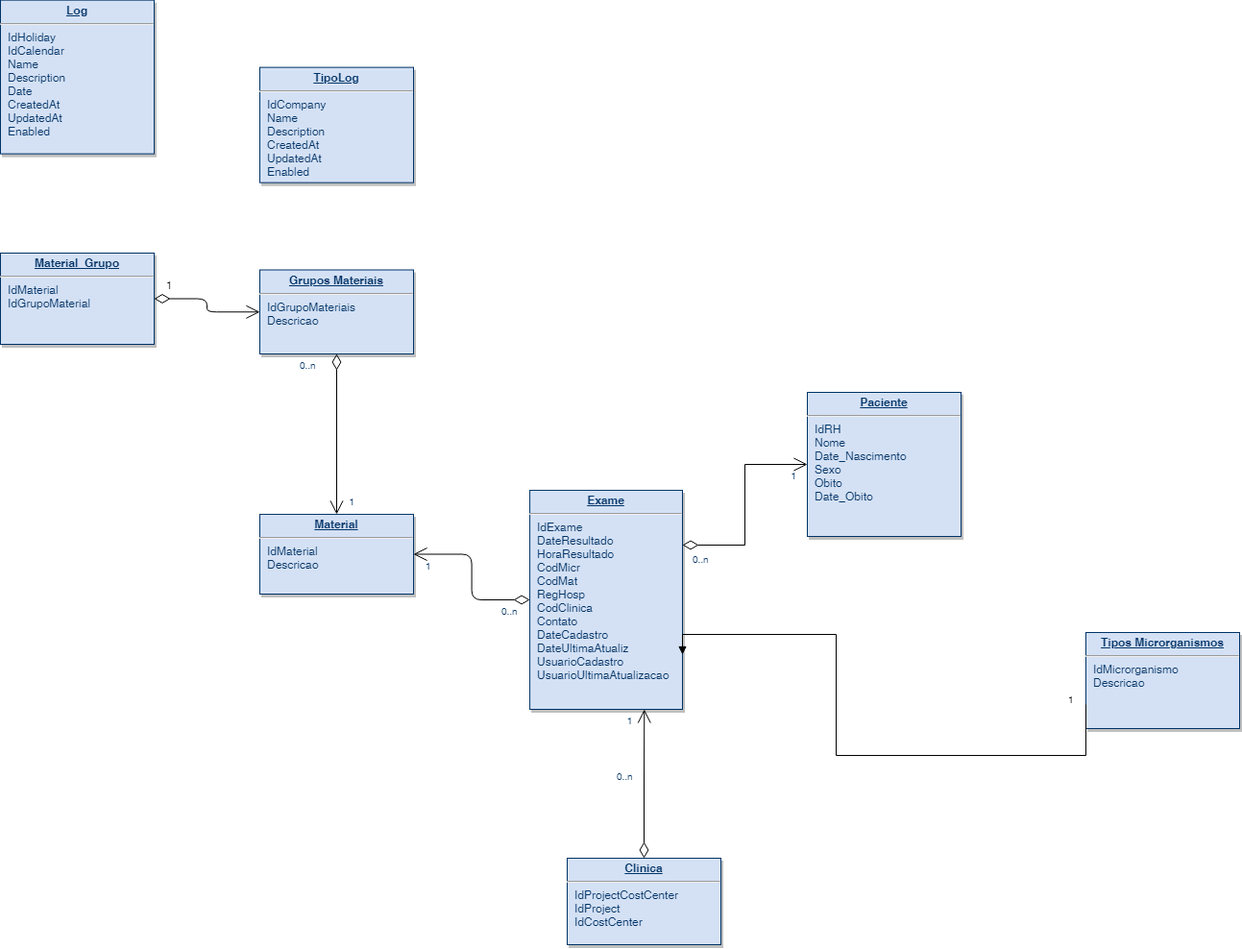
Before: DataBaseSisIsol.png, a diagram exported from draw.io (henriqlustosa/Base_Sistema_Isolamento). Source tidied: cells renumbered, new cells last; positions are measured from the earlier drawing's top-left corner, leaving out a move shared by most shapes.
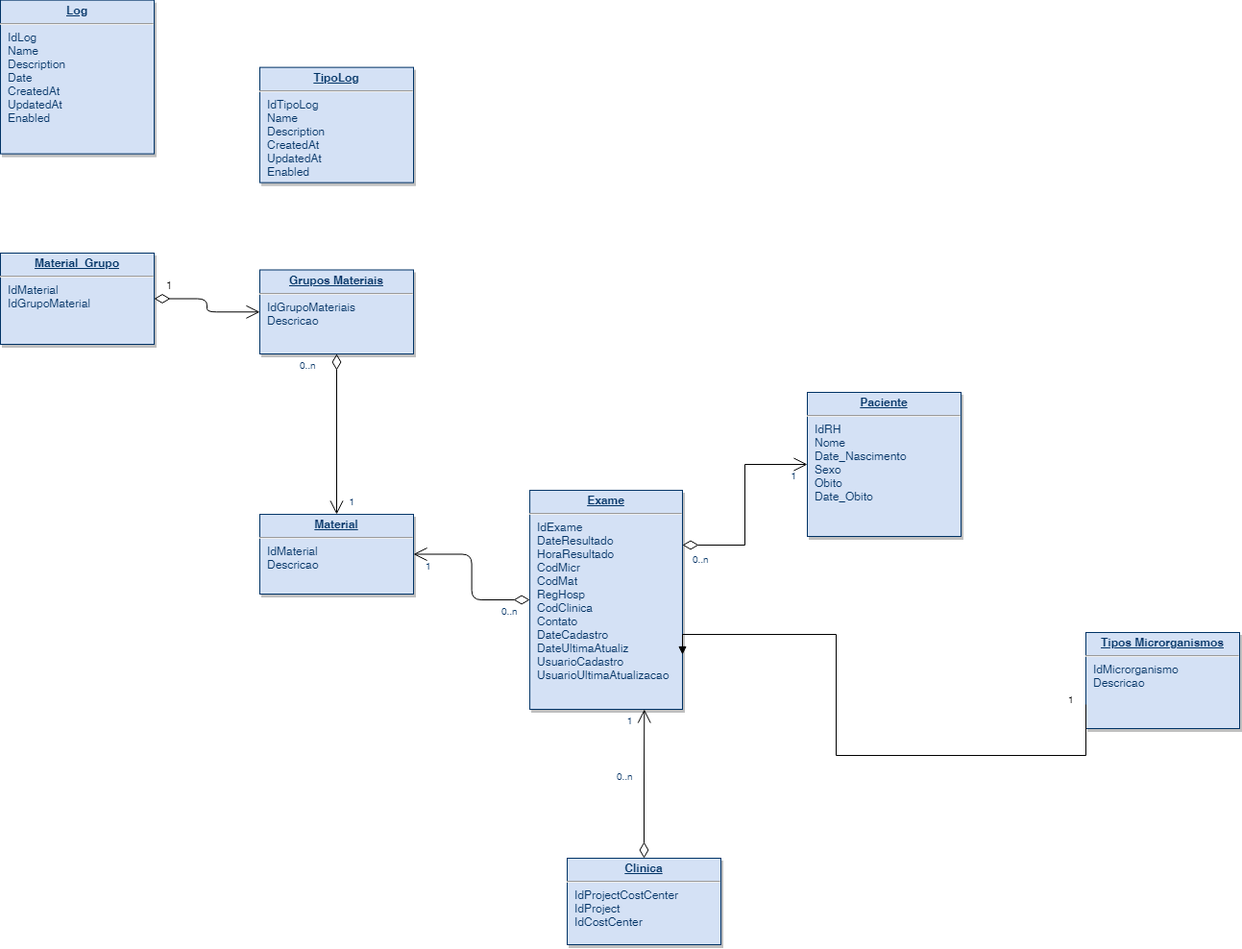
Above is the later version.

Commit message:
Atualizada a descricao das tabelas log etc

The edit, as a diff of the source:
```diff
@@ -2,7 +2,7 @@
   <root>
     <mxCell id="0" />
     <mxCell id="1" parent="0" />
-    <mxCell id="2" value="&lt;p style=&quot;margin: 0px ; margin-top: 4px ; text-align: center ; text-decoration: underline&quot;&gt;&lt;b&gt;TipoLog&lt;/b&gt;&lt;/p&gt;&lt;hr&gt;&lt;p style=&quot;margin: 0px ; margin-left: 8px&quot;&gt;IdCompany&lt;br&gt;Name&lt;/p&gt;&lt;p style=&quot;margin: 0px ; margin-left: 8px&quot;&gt;Description&lt;/p&gt;&lt;p style=&quot;margin: 0px ; margin-left: 8px&quot;&gt;CreatedAt&lt;/p&gt;&lt;p style=&quot;margin: 0px ; margin-left: 8px&quot;&gt;UpdatedAt&lt;/p&gt;&lt;p style=&quot;margin: 0px ; margin-left: 8px&quot;&gt;Enabled&lt;/p&gt;" style="verticalAlign=top;align=left;overflow=fill;fontSize=12;fontFamily=Helvetica;html=1;strokeColor=#003366;shadow=1;fillColor=#D4E1F5;fontColor=#003366;" parent="1" vertex="1">
+    <mxCell id="2" value="&lt;p style=&quot;margin: 0px ; margin-top: 4px ; text-align: center ; text-decoration: underline&quot;&gt;&lt;b&gt;TipoLog&lt;/b&gt;&lt;/p&gt;&lt;hr&gt;&lt;p style=&quot;margin: 0px ; margin-left: 8px&quot;&gt;IdTipoLog&lt;br&gt;Name&lt;/p&gt;&lt;p style=&quot;margin: 0px ; margin-left: 8px&quot;&gt;Description&lt;/p&gt;&lt;p style=&quot;margin: 0px ; margin-left: 8px&quot;&gt;CreatedAt&lt;/p&gt;&lt;p style=&quot;margin: 0px ; margin-left: 8px&quot;&gt;UpdatedAt&lt;/p&gt;&lt;p style=&quot;margin: 0px ; margin-left: 8px&quot;&gt;Enabled&lt;/p&gt;" style="verticalAlign=top;align=left;overflow=fill;fontSize=12;fontFamily=Helvetica;html=1;strokeColor=#003366;shadow=1;fillColor=#D4E1F5;fontColor=#003366;" parent="1" vertex="1">
       <mxGeometry x="270" y="69.6" width="160" height="120" as="geometry" />
     </mxCell>
     <mxCell id="3" value="&lt;p style=&quot;margin: 0px ; margin-top: 4px ; text-align: center ; text-decoration: underline&quot;&gt;&lt;b&gt;Grupos Materiais&lt;/b&gt;&lt;/p&gt;&lt;hr&gt;&lt;p style=&quot;margin: 0px ; margin-left: 8px&quot;&gt;IdGrupoMateriais&lt;/p&gt;&lt;p style=&quot;margin: 0px ; margin-left: 8px&quot;&gt;Descricao&lt;/p&gt;&lt;p style=&quot;margin: 0px ; margin-left: 8px&quot;&gt;&lt;br&gt;&lt;/p&gt;" style="verticalAlign=top;align=left;overflow=fill;fontSize=12;fontFamily=Helvetica;html=1;strokeColor=#003366;shadow=1;fillColor=#D4E1F5;fontColor=#003366;" parent="1" vertex="1">
@@ -17,7 +17,7 @@
     <mxCell id="6" value="&lt;p style=&quot;margin: 0px ; margin-top: 4px ; text-align: center ; text-decoration: underline&quot;&gt;&lt;b&gt;Material&lt;/b&gt;&lt;/p&gt;&lt;hr&gt;&lt;p style=&quot;margin: 0px ; margin-left: 8px&quot;&gt;IdMaterial&lt;/p&gt;&lt;p style=&quot;margin: 0px ; margin-left: 8px&quot;&gt;Descricao&lt;/p&gt;&lt;p style=&quot;margin: 0px ; margin-left: 8px&quot;&gt;&lt;br&gt;&lt;/p&gt;" style="verticalAlign=top;align=left;overflow=fill;fontSize=12;fontFamily=Helvetica;html=1;strokeColor=#003366;shadow=1;fillColor=#D4E1F5;fontColor=#003366;" parent="1" vertex="1">
       <mxGeometry x="270" y="535" width="160" height="83" as="geometry" />
     </mxCell>
-    <mxCell id="7" value="&lt;p style=&quot;margin: 0px ; margin-top: 4px ; text-align: center ; text-decoration: underline&quot;&gt;&lt;b&gt;Log&lt;/b&gt;&lt;/p&gt;&lt;hr&gt;&lt;p style=&quot;margin: 0px ; margin-left: 8px&quot;&gt;IdHoliday&lt;/p&gt;&lt;p style=&quot;margin: 0px ; margin-left: 8px&quot;&gt;IdCalendar&lt;/p&gt;&lt;p style=&quot;margin: 0px ; margin-left: 8px&quot;&gt;Name&lt;/p&gt;&lt;p style=&quot;margin: 0px ; margin-left: 8px&quot;&gt;Description&lt;/p&gt;&lt;p style=&quot;margin: 0px ; margin-left: 8px&quot;&gt;Date&lt;/p&gt;&lt;p style=&quot;margin: 0px ; margin-left: 8px&quot;&gt;CreatedAt&lt;/p&gt;&lt;p style=&quot;margin: 0px ; margin-left: 8px&quot;&gt;UpdatedAt&lt;/p&gt;&lt;p style=&quot;margin: 0px ; margin-left: 8px&quot;&gt;Enabled&lt;/p&gt;" style="verticalAlign=top;align=left;overflow=fill;fontSize=12;fontFamily=Helvetica;html=1;strokeColor=#003366;shadow=1;fillColor=#D4E1F5;fontColor=#003366;" parent="1" vertex="1">
+    <mxCell id="7" value="&lt;p style=&quot;margin: 0px ; margin-top: 4px ; text-align: center ; text-decoration: underline&quot;&gt;&lt;b&gt;Log&lt;/b&gt;&lt;/p&gt;&lt;hr&gt;&lt;p style=&quot;margin: 0px ; margin-left: 8px&quot;&gt;IdLog&lt;/p&gt;&lt;p style=&quot;margin: 0px ; margin-left: 8px&quot;&gt;Name&lt;/p&gt;&lt;p style=&quot;margin: 0px ; margin-left: 8px&quot;&gt;Description&lt;/p&gt;&lt;p style=&quot;margin: 0px ; margin-left: 8px&quot;&gt;Date&lt;/p&gt;&lt;p style=&quot;margin: 0px ; margin-left: 8px&quot;&gt;CreatedAt&lt;/p&gt;&lt;p style=&quot;margin: 0px ; margin-left: 8px&quot;&gt;UpdatedAt&lt;/p&gt;&lt;p style=&quot;margin: 0px ; margin-left: 8px&quot;&gt;Enabled&lt;/p&gt;" style="verticalAlign=top;align=left;overflow=fill;fontSize=12;fontFamily=Helvetica;html=1;strokeColor=#003366;shadow=1;fillColor=#D4E1F5;fontColor=#003366;" parent="1" vertex="1">
       <mxGeometry y="-0.4" width="160" height="160" as="geometry" />
     </mxCell>
     <mxCell id="8" value="&lt;p style=&quot;margin: 0px ; margin-top: 4px ; text-align: center ; text-decoration: underline&quot;&gt;&lt;strong&gt;Tipos Microrganismos&lt;/strong&gt;&lt;/p&gt;&lt;hr&gt;&lt;p style=&quot;margin: 0px ; margin-left: 8px&quot;&gt;IdMicrorganismo&lt;/p&gt;&lt;p style=&quot;margin: 0px ; margin-left: 8px&quot;&gt;Descricao&lt;/p&gt;" style="verticalAlign=top;align=left;overflow=fill;fontSize=12;fontFamily=Helvetica;html=1;strokeColor=#003366;shadow=1;fillColor=#D4E1F5;fontColor=#003366;" parent="1" vertex="1">
```
